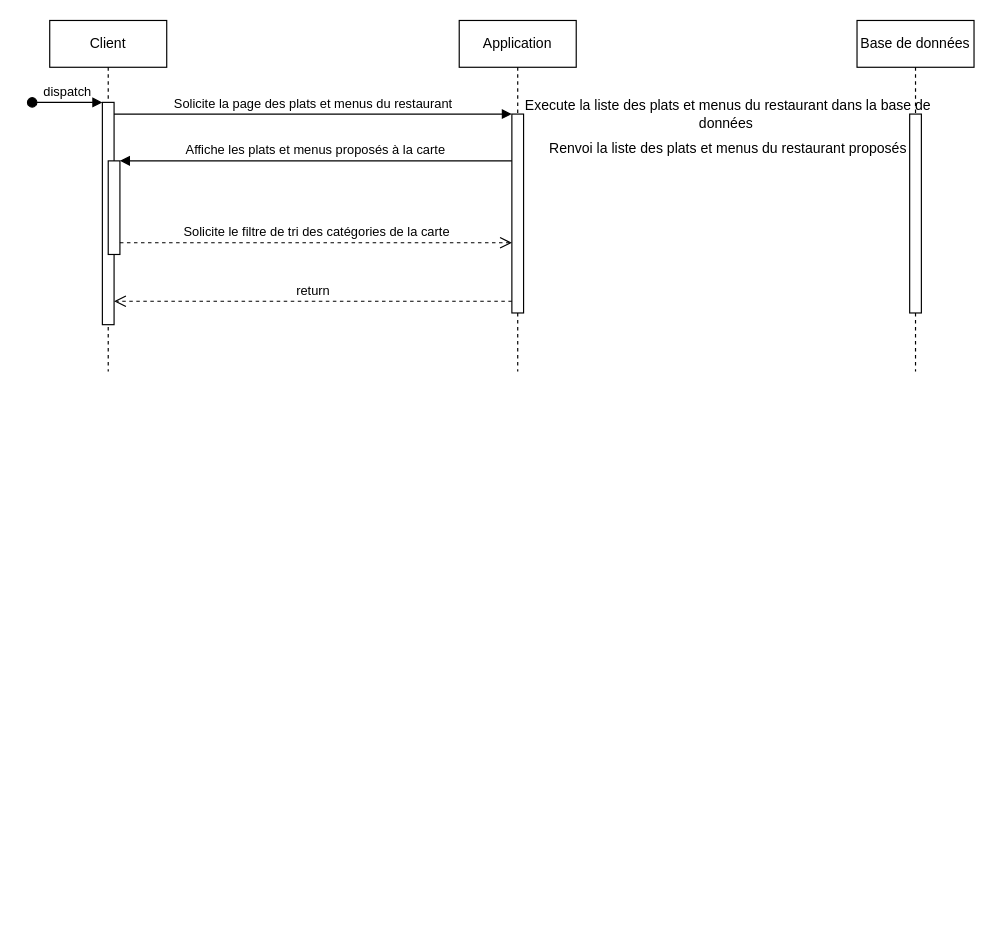
elodiealix91620/QuaiAntiqueDiagrammes keeps this draw.io diagram as Diagramme de sequence.drawio. Above is the earlier version. Source tidied: cells renumbered, new cells numbered last; positions are measured from the earlier drawing's top-left corner, leaving out a move shared by most shapes. Both pictures are drawn from the tidied source at 117%, with x=0, y=0 at pixel (32, 20).
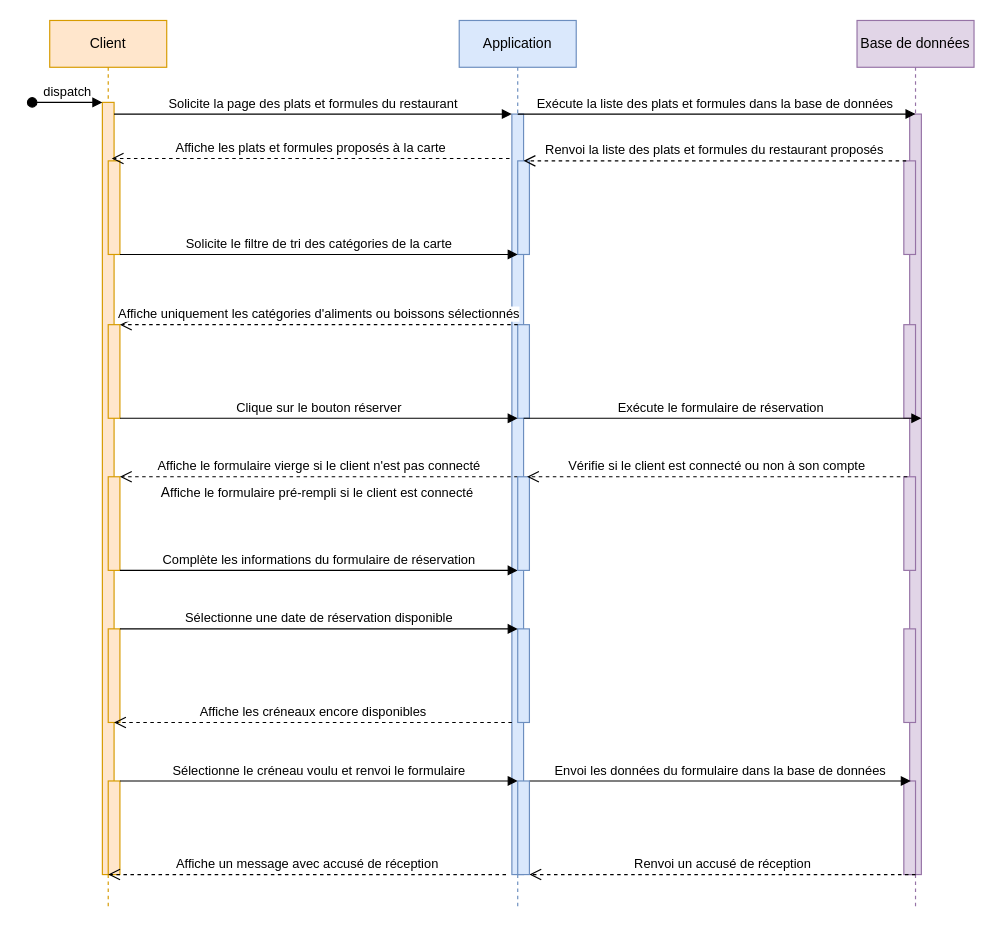
Above is the later version.

What changed in the source:
```diff
@@
-    <mxCell id="2" value="Client" style="shape=umlLifeline;perimeter=lifelinePerimeter;whiteSpace=wrap;html=1;newEdgeStyle={&quot;edgeStyle&quot;:&quot;elbowEdgeStyle&quot;,&quot;elbow&quot;:&quot;vertical&quot;,&quot;curved&quot;:0,&quot;rounded&quot;:0};" parent="1" vertex="1">
-      <mxGeometry x="15" width="100" height="300" as="geometry" />
+    <mxCell id="2" value="Client" style="shape=umlLifeline;perimeter=lifelinePerimeter;whiteSpace=wrap;html=1;newEdgeStyle={&quot;edgeStyle&quot;:&quot;elbowEdgeStyle&quot;,&quot;elbow&quot;:&quot;vertical&quot;,&quot;curved&quot;:0,&quot;rounded&quot;:0};fillColor=#ffe6cc;strokeColor=#d79b00;" parent="1" vertex="1">
+      <mxGeometry x="15" width="100" height="760" as="geometry" />
     </mxCell>
-    <mxCell id="3" style="html=1;points=[];perimeter=orthogonalPerimeter;outlineConnect=0;targetShapes=umlLifeline;portConstraint=eastwest;newEdgeStyle={&quot;edgeStyle&quot;:&quot;elbowEdgeStyle&quot;,&quot;elbow&quot;:&quot;vertical&quot;,&quot;curved&quot;:0,&quot;rounded&quot;:0};" parent="2" vertex="1">
-      <mxGeometry x="45" y="70" width="10" height="190" as="geometry" />
+    <mxCell id="3" style="html=1;points=[];perimeter=orthogonalPerimeter;outlineConnect=0;targetShapes=umlLifeline;portConstraint=eastwest;newEdgeStyle={&quot;edgeStyle&quot;:&quot;elbowEdgeStyle&quot;,&quot;elbow&quot;:&quot;vertical&quot;,&quot;curved&quot;:0,&quot;rounded&quot;:0};fillColor=#ffe6cc;strokeColor=#d79b00;" parent="2" vertex="1">
+      <mxGeometry x="45" y="70" width="10" height="660" as="geometry" />
     </mxCell>
@@
-    <mxCell id="5" style="html=1;points=[];perimeter=orthogonalPerimeter;outlineConnect=0;targetShapes=umlLifeline;portConstraint=eastwest;newEdgeStyle={&quot;edgeStyle&quot;:&quot;elbowEdgeStyle&quot;,&quot;elbow&quot;:&quot;vertical&quot;,&quot;curved&quot;:0,&quot;rounded&quot;:0};" parent="2" vertex="1">
+    <mxCell id="5" style="html=1;points=[];perimeter=orthogonalPerimeter;outlineConnect=0;targetShapes=umlLifeline;portConstraint=eastwest;newEdgeStyle={&quot;edgeStyle&quot;:&quot;elbowEdgeStyle&quot;,&quot;elbow&quot;:&quot;vertical&quot;,&quot;curved&quot;:0,&quot;rounded&quot;:0};fillColor=#ffe6cc;strokeColor=#d79b00;" parent="2" vertex="1">
       <mxGeometry x="50" y="120" width="10" height="80" as="geometry" />
     </mxCell>
+    <mxCell id="16" style="html=1;perimeter=orthogonalPerimeter;targetShapes=umlLifeline;newEdgeStyle={&quot;edgeStyle&quot;:&quot;elbowEdgeStyle&quot;,&quot;elbow&quot;:&quot;vertical&quot;,&quot;curved&quot;:0,&quot;rounded&quot;:0};fillColor=#ffe6cc;strokeColor=#d79b00;" parent="2" vertex="1">
+      <mxGeometry x="50" y="260" width="10" height="80" as="geometry" />
+    </mxCell>
+    <mxCell id="17" style="html=1;perimeter=orthogonalPerimeter;targetShapes=umlLifeline;newEdgeStyle={&quot;edgeStyle&quot;:&quot;elbowEdgeStyle&quot;,&quot;elbow&quot;:&quot;vertical&quot;,&quot;curved&quot;:0,&quot;rounded&quot;:0};fillColor=#ffe6cc;strokeColor=#d79b00;" parent="2" vertex="1">
+      <mxGeometry x="50" y="390" width="10" height="80" as="geometry" />
+    </mxCell>
+    <mxCell id="18" style="html=1;perimeter=orthogonalPerimeter;targetShapes=umlLifeline;newEdgeStyle={&quot;edgeStyle&quot;:&quot;elbowEdgeStyle&quot;,&quot;elbow&quot;:&quot;vertical&quot;,&quot;curved&quot;:0,&quot;rounded&quot;:0};fillColor=#ffe6cc;strokeColor=#d79b00;" parent="2" vertex="1">
+      <mxGeometry x="50" y="520" width="10" height="80" as="geometry" />
+    </mxCell>
+    <mxCell id="19" style="html=1;perimeter=orthogonalPerimeter;targetShapes=umlLifeline;newEdgeStyle={&quot;edgeStyle&quot;:&quot;elbowEdgeStyle&quot;,&quot;elbow&quot;:&quot;vertical&quot;,&quot;curved&quot;:0,&quot;rounded&quot;:0};fillColor=#ffe6cc;strokeColor=#d79b00;" parent="2" vertex="1">
+      <mxGeometry x="50" y="650" width="10" height="80" as="geometry" />
+    </mxCell>
-    <mxCell id="6" value="Application" style="shape=umlLifeline;perimeter=lifelinePerimeter;whiteSpace=wrap;html=1;newEdgeStyle={&quot;edgeStyle&quot;:&quot;elbowEdgeStyle&quot;,&quot;elbow&quot;:&quot;vertical&quot;,&quot;curved&quot;:0,&quot;rounded&quot;:0};" parent="1" vertex="1">
-      <mxGeometry x="365" width="100" height="300" as="geometry" />
+    <mxCell id="6" value="Application" style="shape=umlLifeline;perimeter=lifelinePerimeter;whiteSpace=wrap;html=1;newEdgeStyle={&quot;edgeStyle&quot;:&quot;elbowEdgeStyle&quot;,&quot;elbow&quot;:&quot;vertical&quot;,&quot;curved&quot;:0,&quot;rounded&quot;:0};fillColor=#dae8fc;strokeColor=#6c8ebf;" parent="1" vertex="1">
+      <mxGeometry x="365" width="100" height="760" as="geometry" />
     </mxCell>
-    <mxCell id="7" style="html=1;points=[];perimeter=orthogonalPerimeter;outlineConnect=0;targetShapes=umlLifeline;portConstraint=eastwest;newEdgeStyle={&quot;edgeStyle&quot;:&quot;elbowEdgeStyle&quot;,&quot;elbow&quot;:&quot;vertical&quot;,&quot;curved&quot;:0,&quot;rounded&quot;:0};" parent="6" vertex="1">
-      <mxGeometry x="45" y="80" width="10" height="170" as="geometry" />
+    <mxCell id="7" style="html=1;points=[];perimeter=orthogonalPerimeter;outlineConnect=0;targetShapes=umlLifeline;portConstraint=eastwest;newEdgeStyle={&quot;edgeStyle&quot;:&quot;elbowEdgeStyle&quot;,&quot;elbow&quot;:&quot;vertical&quot;,&quot;curved&quot;:0,&quot;rounded&quot;:0};fillColor=#dae8fc;strokeColor=#6c8ebf;" parent="6" vertex="1">
+      <mxGeometry x="45" y="80" width="10" height="650" as="geometry" />
     </mxCell>
+    <mxCell id="20" style="html=1;perimeter=orthogonalPerimeter;targetShapes=umlLifeline;newEdgeStyle={&quot;edgeStyle&quot;:&quot;elbowEdgeStyle&quot;,&quot;elbow&quot;:&quot;vertical&quot;,&quot;curved&quot;:0,&quot;rounded&quot;:0};fillColor=#dae8fc;strokeColor=#6c8ebf;" parent="6" vertex="1">
+      <mxGeometry x="50" y="120" width="10" height="80" as="geometry" />
+    </mxCell>
+    <mxCell id="21" style="html=1;perimeter=orthogonalPerimeter;targetShapes=umlLifeline;newEdgeStyle={&quot;edgeStyle&quot;:&quot;elbowEdgeStyle&quot;,&quot;elbow&quot;:&quot;vertical&quot;,&quot;curved&quot;:0,&quot;rounded&quot;:0};fillColor=#dae8fc;strokeColor=#6c8ebf;" parent="6" vertex="1">
+      <mxGeometry x="50" y="260" width="10" height="80" as="geometry" />
+    </mxCell>
+    <mxCell id="22" style="html=1;perimeter=orthogonalPerimeter;targetShapes=umlLifeline;newEdgeStyle={&quot;edgeStyle&quot;:&quot;elbowEdgeStyle&quot;,&quot;elbow&quot;:&quot;vertical&quot;,&quot;curved&quot;:0,&quot;rounded&quot;:0};fillColor=#dae8fc;strokeColor=#6c8ebf;" parent="6" vertex="1">
+      <mxGeometry x="50" y="520" width="10" height="80" as="geometry" />
+    </mxCell>
-    <mxCell id="8" value="Solicite la page des plats et menus du restaurant" style="html=1;verticalAlign=bottom;endArrow=block;edgeStyle=elbowEdgeStyle;elbow=vertical;curved=0;rounded=0;" parent="1" edge="1" source="3" target="7">
+    <mxCell id="8" value="Solicite la page des plats et formules du restaurant" style="html=1;verticalAlign=bottom;endArrow=block;edgeStyle=elbowEdgeStyle;elbow=vertical;curved=0;rounded=0;" parent="1" edge="1" source="3" target="7">
       <mxGeometry relative="1" as="geometry">
         <Array as="points">
           <mxPoint x="155" y="80" />
         </Array>
       </mxGeometry>
     </mxCell>
-    <mxCell id="9" value="return" style="html=1;verticalAlign=bottom;endArrow=open;dashed=1;endSize=8;edgeStyle=elbowEdgeStyle;elbow=vertical;curved=0;rounded=0;" parent="1" edge="1" source="7" target="3">
+    <mxCell id="9" value="Affiche uniquement les catégories d'aliments ou boissons sélectionnés" style="html=1;verticalAlign=bottom;endArrow=open;dashed=1;endSize=8;edgeStyle=elbowEdgeStyle;elbow=vertical;curved=0;rounded=0;" parent="1" edge="1">
       <mxGeometry relative="1" as="geometry">
+        <mxPoint x="415" y="260" as="sourcePoint" />
+        <mxPoint x="75" y="260" as="targetPoint" />
         <Array as="points">
-          <mxPoint x="165" y="240" />
+          <mxPoint x="170" y="260" />
         </Array>
       </mxGeometry>
     </mxCell>
-    <mxCell id="10" value="Affiche les plats et menus proposés à la carte" style="html=1;verticalAlign=bottom;endArrow=block;edgeStyle=elbowEdgeStyle;elbow=vertical;curved=0;rounded=0;" parent="1" edge="1" source="7" target="5">
-      <mxGeometry relative="1" as="geometry">
-        <Array as="points">
-          <mxPoint x="165" y="120" />
-        </Array>
-      </mxGeometry>
-    </mxCell>
-    <mxCell id="11" value="Solicite le filtre de tri des catégories de la carte" style="html=1;verticalAlign=bottom;endArrow=open;dashed=1;endSize=8;edgeStyle=elbowEdgeStyle;elbow=vertical;curved=0;rounded=0;" parent="1" edge="1" source="5" target="7">
-      <mxGeometry relative="1" as="geometry">
-        <Array as="points">
-          <mxPoint x="155" y="190" />
-        </Array>
-      </mxGeometry>
-    </mxCell>
-    <mxCell id="12" value="Base de données" style="shape=umlLifeline;perimeter=lifelinePerimeter;whiteSpace=wrap;html=1;newEdgeStyle={&quot;edgeStyle&quot;:&quot;elbowEdgeStyle&quot;,&quot;elbow&quot;:&quot;vertical&quot;,&quot;curved&quot;:0,&quot;rounded&quot;:0};" parent="1" vertex="1">
-      <mxGeometry x="705" width="100" height="300" as="geometry" />
+    <mxCell id="12" value="Base de données" style="shape=umlLifeline;perimeter=lifelinePerimeter;whiteSpace=wrap;html=1;newEdgeStyle={&quot;edgeStyle&quot;:&quot;elbowEdgeStyle&quot;,&quot;elbow&quot;:&quot;vertical&quot;,&quot;curved&quot;:0,&quot;rounded&quot;:0};fillColor=#e1d5e7;strokeColor=#9673a6;" parent="1" vertex="1">
+      <mxGeometry x="705" width="100" height="760" as="geometry" />
     </mxCell>
-    <mxCell id="13" style="html=1;perimeter=orthogonalPerimeter;targetShapes=umlLifeline;newEdgeStyle={&quot;edgeStyle&quot;:&quot;elbowEdgeStyle&quot;,&quot;elbow&quot;:&quot;vertical&quot;,&quot;curved&quot;:0,&quot;rounded&quot;:0};" parent="12" vertex="1">
-      <mxGeometry x="45" y="80" width="10" height="170" as="geometry" />
+    <mxCell id="13" style="html=1;perimeter=orthogonalPerimeter;targetShapes=umlLifeline;newEdgeStyle={&quot;edgeStyle&quot;:&quot;elbowEdgeStyle&quot;,&quot;elbow&quot;:&quot;vertical&quot;,&quot;curved&quot;:0,&quot;rounded&quot;:0};fillColor=#e1d5e7;strokeColor=#9673a6;" parent="12" vertex="1">
+      <mxGeometry x="45" y="80" width="10" height="650" as="geometry" />
     </mxCell>
-    <mxCell id="14" value="Execute la liste des plats et menus du restaurant dans la base de données&amp;nbsp;" style="text;strokeColor=none;align=center;fillColor=none;html=1;verticalAlign=middle;whiteSpace=wrap;rounded=0;" parent="1" vertex="1">
-      <mxGeometry x="415" y="70" width="360" height="20" as="geometry" />
-    </mxCell>
-    <mxCell id="15" value="Renvoi la liste des plats et menus du restaurant proposés" style="text;strokeColor=none;align=center;fillColor=none;html=1;verticalAlign=middle;whiteSpace=wrap;rounded=0;" parent="1" vertex="1">
-      <mxGeometry x="415" y="100" width="360" height="20" as="geometry" />
-    </mxCell>
+    <mxCell id="23" style="html=1;perimeter=orthogonalPerimeter;targetShapes=umlLifeline;newEdgeStyle={&quot;edgeStyle&quot;:&quot;elbowEdgeStyle&quot;,&quot;elbow&quot;:&quot;vertical&quot;,&quot;curved&quot;:0,&quot;rounded&quot;:0};fillColor=#e1d5e7;strokeColor=#9673a6;" parent="12" vertex="1">
+      <mxGeometry x="40" y="120" width="10" height="80" as="geometry" />
+    </mxCell>
+    <mxCell id="24" style="html=1;perimeter=orthogonalPerimeter;targetShapes=umlLifeline;newEdgeStyle={&quot;edgeStyle&quot;:&quot;elbowEdgeStyle&quot;,&quot;elbow&quot;:&quot;vertical&quot;,&quot;curved&quot;:0,&quot;rounded&quot;:0};fillColor=#e1d5e7;strokeColor=#9673a6;" parent="12" vertex="1">
+      <mxGeometry x="40" y="260" width="10" height="80" as="geometry" />
+    </mxCell>
+    <mxCell id="25" style="html=1;perimeter=orthogonalPerimeter;targetShapes=umlLifeline;newEdgeStyle={&quot;edgeStyle&quot;:&quot;elbowEdgeStyle&quot;,&quot;elbow&quot;:&quot;vertical&quot;,&quot;curved&quot;:0,&quot;rounded&quot;:0};fillColor=#e1d5e7;strokeColor=#9673a6;" parent="12" vertex="1">
+      <mxGeometry x="40" y="390" width="10" height="80" as="geometry" />
+    </mxCell>
+    <mxCell id="26" style="html=1;perimeter=orthogonalPerimeter;targetShapes=umlLifeline;newEdgeStyle={&quot;edgeStyle&quot;:&quot;elbowEdgeStyle&quot;,&quot;elbow&quot;:&quot;vertical&quot;,&quot;curved&quot;:0,&quot;rounded&quot;:0};fillColor=#e1d5e7;strokeColor=#9673a6;" parent="12" vertex="1">
+      <mxGeometry x="40" y="520" width="10" height="80" as="geometry" />
+    </mxCell>
+    <mxCell id="27" style="html=1;perimeter=orthogonalPerimeter;targetShapes=umlLifeline;newEdgeStyle={&quot;edgeStyle&quot;:&quot;elbowEdgeStyle&quot;,&quot;elbow&quot;:&quot;vertical&quot;,&quot;curved&quot;:0,&quot;rounded&quot;:0};fillColor=#e1d5e7;strokeColor=#9673a6;" parent="12" vertex="1">
+      <mxGeometry x="40" y="650" width="10" height="80" as="geometry" />
+    </mxCell>
+    <mxCell id="28" value="Clique sur le bouton réserver" style="html=1;verticalAlign=bottom;endArrow=block;edgeStyle=elbowEdgeStyle;elbow=vertical;curved=0;rounded=0;" parent="1" edge="1">
+      <mxGeometry relative="1" as="geometry">
+        <mxPoint x="75" y="340" as="sourcePoint" />
+        <mxPoint x="415" y="340" as="targetPoint" />
+        <Array as="points">
+          <mxPoint x="160" y="340" />
+        </Array>
+      </mxGeometry>
+    </mxCell>
+    <mxCell id="29" value="&lt;div style=&quot;text-align: center;&quot;&gt;&amp;nbsp;A&lt;span style=&quot;font-size: 11px; background-color: rgb(255, 255, 255);&quot;&gt;ffiche le formulaire pré-rempli si le client est connecté&lt;/span&gt;&lt;/div&gt;" style="text;whiteSpace=wrap;html=1;" parent="1" vertex="1">
+      <mxGeometry x="105" y="390" width="280" height="30" as="geometry" />
+    </mxCell>
+    <mxCell id="30" value="Complète les informations du formulaire de réservation" style="html=1;verticalAlign=bottom;endArrow=block;edgeStyle=elbowEdgeStyle;elbow=vertical;curved=0;rounded=0;" parent="1" edge="1">
+      <mxGeometry relative="1" as="geometry">
+        <mxPoint x="75" y="470" as="sourcePoint" />
+        <mxPoint x="415" y="470" as="targetPoint" />
+        <Array as="points">
+          <mxPoint x="160" y="470" />
+        </Array>
+      </mxGeometry>
+    </mxCell>
+    <mxCell id="31" value="Envoi les données du formulaire dans la base de données" style="html=1;verticalAlign=bottom;endArrow=block;edgeStyle=elbowEdgeStyle;elbow=vertical;curved=0;rounded=0;" parent="1" edge="1" source="46">
+      <mxGeometry relative="1" as="geometry">
+        <mxPoint x="751" y="650" as="targetPoint" />
+        <Array as="points">
+          <mxPoint x="496" y="650" />
+        </Array>
+      </mxGeometry>
+    </mxCell>
+    <mxCell id="32" value="Affiche les plats et formules proposés à la carte" style="html=1;verticalAlign=bottom;endArrow=open;dashed=1;endSize=8;edgeStyle=elbowEdgeStyle;elbow=vertical;curved=0;rounded=0;" parent="1" edge="1">
+      <mxGeometry relative="1" as="geometry">
+        <mxPoint x="408" y="118" as="sourcePoint" />
+        <mxPoint x="68" y="118" as="targetPoint" />
+        <Array as="points">
+          <mxPoint x="163" y="118" />
+        </Array>
+      </mxGeometry>
+    </mxCell>
+    <mxCell id="33" value="Renvoi la liste des plats et formules du restaurant proposés" style="html=1;verticalAlign=bottom;endArrow=open;dashed=1;endSize=8;edgeStyle=elbowEdgeStyle;elbow=vertical;curved=0;rounded=0;" parent="1" edge="1">
+      <mxGeometry relative="1" as="geometry">
+        <mxPoint x="747" y="120" as="sourcePoint" />
+        <mxPoint x="420" y="120" as="targetPoint" />
+        <Array as="points">
+          <mxPoint x="515" y="120" />
+        </Array>
+      </mxGeometry>
+    </mxCell>
+    <mxCell id="11" value="Solicite le filtre de tri des catégories de la carte" style="html=1;verticalAlign=bottom;endArrow=block;edgeStyle=elbowEdgeStyle;elbow=vertical;curved=0;rounded=0;" parent="1" edge="1">
+      <mxGeometry relative="1" as="geometry">
+        <mxPoint x="75" y="200" as="sourcePoint" />
+        <mxPoint x="415" y="200" as="targetPoint" />
+        <Array as="points">
+          <mxPoint x="160" y="200" />
+        </Array>
+      </mxGeometry>
+    </mxCell>
+    <mxCell id="34" value="Affiche le formulaire vierge si le client n'est pas connecté" style="html=1;verticalAlign=bottom;endArrow=open;dashed=1;endSize=8;edgeStyle=elbowEdgeStyle;elbow=vertical;curved=0;rounded=0;" parent="1" edge="1">
+      <mxGeometry relative="1" as="geometry">
+        <mxPoint x="415" y="390" as="sourcePoint" />
+        <mxPoint x="75" y="390" as="targetPoint" />
+        <Array as="points">
+          <mxPoint x="170" y="390" />
+        </Array>
+      </mxGeometry>
+    </mxCell>
+    <mxCell id="35" style="html=1;verticalAlign=bottom;endArrow=block;edgeStyle=elbowEdgeStyle;elbow=vertical;curved=0;rounded=0;" parent="1" edge="1" target="36">
+      <mxGeometry relative="1" as="geometry">
+        <mxPoint x="415" y="410" as="sourcePoint" />
+      </mxGeometry>
+    </mxCell>
+    <mxCell id="36" style="html=1;points=[];perimeter=orthogonalPerimeter;outlineConnect=0;targetShapes=umlLifeline;portConstraint=eastwest;newEdgeStyle={&quot;edgeStyle&quot;:&quot;elbowEdgeStyle&quot;,&quot;elbow&quot;:&quot;vertical&quot;,&quot;curved&quot;:0,&quot;rounded&quot;:0};fillColor=#dae8fc;strokeColor=#6c8ebf;" parent="1" vertex="1">
+      <mxGeometry x="415" y="390" width="10" height="80" as="geometry" />
+    </mxCell>
+    <mxCell id="37" value="Affiche les créneaux encore disponibles" style="html=1;verticalAlign=bottom;endArrow=open;dashed=1;endSize=8;edgeStyle=elbowEdgeStyle;elbow=vertical;curved=0;rounded=0;" parent="1" edge="1">
+      <mxGeometry relative="1" as="geometry">
+        <mxPoint x="410" y="600" as="sourcePoint" />
+        <mxPoint x="70" y="600" as="targetPoint" />
+        <Array as="points">
+          <mxPoint x="165" y="600" />
+        </Array>
+      </mxGeometry>
+    </mxCell>
+    <mxCell id="38" value="Exécute la liste des plats et formules dans la base de données&amp;nbsp;" style="html=1;verticalAlign=bottom;endArrow=block;edgeStyle=elbowEdgeStyle;elbow=vertical;curved=0;rounded=0;" parent="1" edge="1">
+      <mxGeometry relative="1" as="geometry">
+        <mxPoint x="415" y="80" as="sourcePoint" />
+        <mxPoint x="755" y="80" as="targetPoint" />
+        <Array as="points">
+          <mxPoint x="500" y="80" />
+        </Array>
+      </mxGeometry>
+    </mxCell>
+    <mxCell id="39" value="Exécute le formulaire de réservation&amp;nbsp;" style="html=1;verticalAlign=bottom;endArrow=block;edgeStyle=elbowEdgeStyle;elbow=vertical;curved=0;rounded=0;" parent="1" edge="1">
+      <mxGeometry relative="1" as="geometry">
+        <mxPoint x="420" y="340" as="sourcePoint" />
+        <mxPoint x="760" y="340" as="targetPoint" />
+        <Array as="points">
+          <mxPoint x="505" y="340" />
+        </Array>
+      </mxGeometry>
+    </mxCell>
+    <mxCell id="40" value="Vérifie si le client est connecté ou non à son compte" style="html=1;verticalAlign=bottom;endArrow=open;dashed=1;endSize=8;edgeStyle=elbowEdgeStyle;elbow=vertical;curved=0;rounded=0;" parent="1" edge="1">
+      <mxGeometry relative="1" as="geometry">
+        <mxPoint x="748" y="390" as="sourcePoint" />
+        <mxPoint x="423" y="390" as="targetPoint" />
+        <Array as="points">
+          <mxPoint x="518" y="390" />
+        </Array>
+      </mxGeometry>
+    </mxCell>
+    <mxCell id="41" value="Renvoi un accusé de réception" style="html=1;verticalAlign=bottom;endArrow=open;dashed=1;endSize=8;edgeStyle=elbowEdgeStyle;elbow=vertical;curved=0;rounded=0;" parent="1" edge="1">
+      <mxGeometry relative="1" as="geometry">
+        <mxPoint x="755" y="730" as="sourcePoint" />
+        <mxPoint x="425" y="730" as="targetPoint" />
+        <Array as="points">
+          <mxPoint x="520" y="730" />
+        </Array>
+      </mxGeometry>
+    </mxCell>
+    <mxCell id="42" value="Sélectionne une date de réservation disponible" style="html=1;verticalAlign=bottom;endArrow=block;edgeStyle=elbowEdgeStyle;elbow=vertical;curved=0;rounded=0;" parent="1" edge="1">
+      <mxGeometry relative="1" as="geometry">
+        <mxPoint x="75" y="520" as="sourcePoint" />
+        <mxPoint x="415" y="520" as="targetPoint" />
+        <Array as="points">
+          <mxPoint x="160" y="520" />
+        </Array>
+      </mxGeometry>
+    </mxCell>
+    <mxCell id="43" value="Affiche un message avec accusé de réception" style="html=1;verticalAlign=bottom;endArrow=open;dashed=1;endSize=8;edgeStyle=elbowEdgeStyle;elbow=vertical;curved=0;rounded=0;" parent="1" edge="1">
+      <mxGeometry relative="1" as="geometry">
+        <mxPoint x="405" y="730" as="sourcePoint" />
+        <mxPoint x="65" y="730" as="targetPoint" />
+        <Array as="points">
+          <mxPoint x="160" y="730" />
+        </Array>
+      </mxGeometry>
+    </mxCell>
+    <mxCell id="44" value="Sélectionne le créneau voulu et renvoi le formulaire" style="html=1;verticalAlign=bottom;endArrow=block;edgeStyle=elbowEdgeStyle;elbow=vertical;curved=0;rounded=0;" parent="1" edge="1">
+      <mxGeometry relative="1" as="geometry">
+        <mxPoint x="75" y="650" as="sourcePoint" />
+        <mxPoint x="415" y="650" as="targetPoint" />
+        <Array as="points">
+          <mxPoint x="160" y="650" />
+        </Array>
+      </mxGeometry>
+    </mxCell>
+    <mxCell id="45" style="html=1;verticalAlign=bottom;endArrow=block;edgeStyle=elbowEdgeStyle;elbow=vertical;curved=0;rounded=0;" parent="1" edge="1" target="46">
+      <mxGeometry relative="1" as="geometry">
+        <mxPoint x="421" y="650" as="sourcePoint" />
+      </mxGeometry>
+    </mxCell>
+    <mxCell id="46" style="html=1;points=[];perimeter=orthogonalPerimeter;outlineConnect=0;targetShapes=umlLifeline;portConstraint=eastwest;newEdgeStyle={&quot;edgeStyle&quot;:&quot;elbowEdgeStyle&quot;,&quot;elbow&quot;:&quot;vertical&quot;,&quot;curved&quot;:0,&quot;rounded&quot;:0};fillColor=#dae8fc;strokeColor=#6c8ebf;" parent="1" vertex="1">
+      <mxGeometry x="415" y="650" width="10" height="80" as="geometry" />
+    </mxCell>
```
